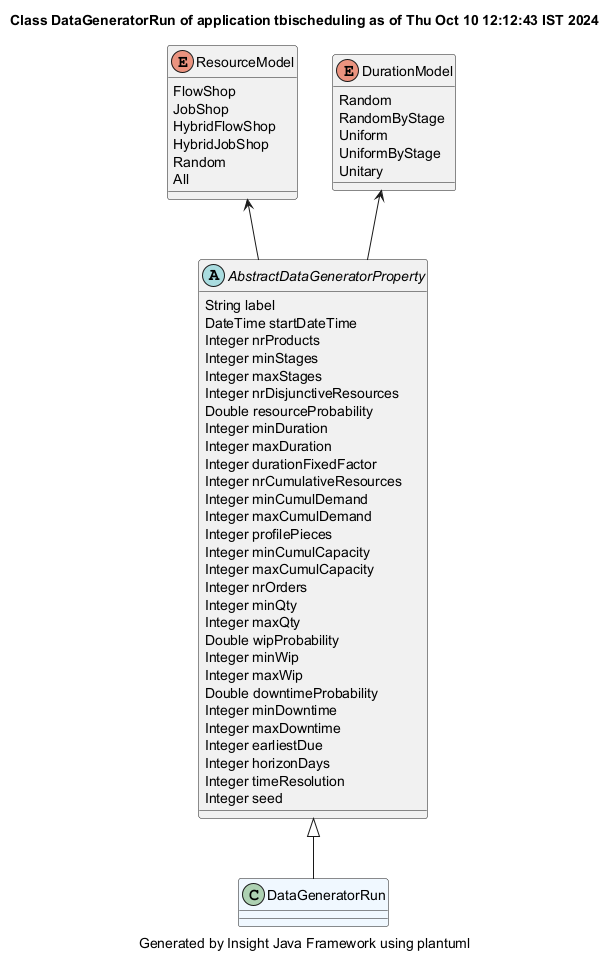
This is demonstrator/tbischeduling/site/plantuml/DataGeneratorRun.png from hsimonis/schedulingtraining, a PlantUML export, as it was before one commit. Source of this version:
```plantuml
@startuml
title Class DataGeneratorRun of application tbischeduling as of Thu Oct 10 12:12:43 IST 2024
caption Generated by Insight Java Framework using plantuml
class DataGeneratorRun #aliceblue

AbstractDataGeneratorProperty <|-- DataGeneratorRun
abstract AbstractDataGeneratorProperty
AbstractDataGeneratorProperty : String label
AbstractDataGeneratorProperty : DateTime startDateTime
AbstractDataGeneratorProperty : Integer nrProducts
AbstractDataGeneratorProperty : Integer minStages
AbstractDataGeneratorProperty : Integer maxStages
AbstractDataGeneratorProperty : Integer nrDisjunctiveResources
AbstractDataGeneratorProperty : Double resourceProbability
AbstractDataGeneratorProperty : Integer minDuration
AbstractDataGeneratorProperty : Integer maxDuration
AbstractDataGeneratorProperty : Integer durationFixedFactor
AbstractDataGeneratorProperty : Integer nrCumulativeResources
AbstractDataGeneratorProperty : Integer minCumulDemand
AbstractDataGeneratorProperty : Integer maxCumulDemand
AbstractDataGeneratorProperty : Integer profilePieces
AbstractDataGeneratorProperty : Integer minCumulCapacity
AbstractDataGeneratorProperty : Integer maxCumulCapacity
AbstractDataGeneratorProperty : Integer nrOrders
AbstractDataGeneratorProperty : Integer minQty
AbstractDataGeneratorProperty : Integer maxQty
AbstractDataGeneratorProperty : Double wipProbability
AbstractDataGeneratorProperty : Integer minWip
AbstractDataGeneratorProperty : Integer maxWip
AbstractDataGeneratorProperty : Double downtimeProbability
AbstractDataGeneratorProperty : Integer minDowntime
AbstractDataGeneratorProperty : Integer maxDowntime
AbstractDataGeneratorProperty : Integer earliestDue
AbstractDataGeneratorProperty : Integer horizonDays
AbstractDataGeneratorProperty : Integer timeResolution
AbstractDataGeneratorProperty : Integer seed

enum ResourceModel
ResourceModel : FlowShop
ResourceModel : JobShop
ResourceModel : HybridFlowShop
ResourceModel : HybridJobShop
ResourceModel : Random
ResourceModel : All
ResourceModel <-- AbstractDataGeneratorProperty
enum DurationModel
DurationModel : Random
DurationModel : RandomByStage
DurationModel : Uniform
DurationModel : UniformByStage
DurationModel : Unitary
DurationModel <-- AbstractDataGeneratorProperty
@enduml
```
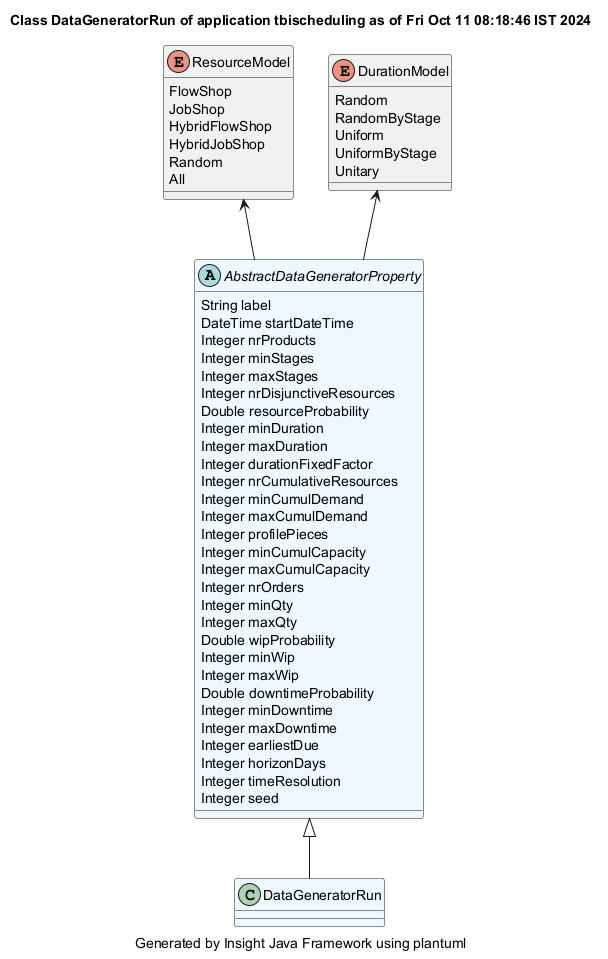
After the commit.

What changed in the source:
```diff
@@ -1,10 +1,10 @@
 @startuml
-title Class DataGeneratorRun of application tbischeduling as of Thu Oct 10 12:12:43 IST 2024
+title Class DataGeneratorRun of application tbischeduling as of Fri Oct 11 08:18:46 IST 2024
 caption Generated by Insight Java Framework using plantuml
 class DataGeneratorRun #aliceblue
 
 AbstractDataGeneratorProperty <|-- DataGeneratorRun
-abstract AbstractDataGeneratorProperty
+abstract AbstractDataGeneratorProperty #aliceblue
 AbstractDataGeneratorProperty : String label
 AbstractDataGeneratorProperty : DateTime startDateTime
 AbstractDataGeneratorProperty : Integer nrProducts
```
